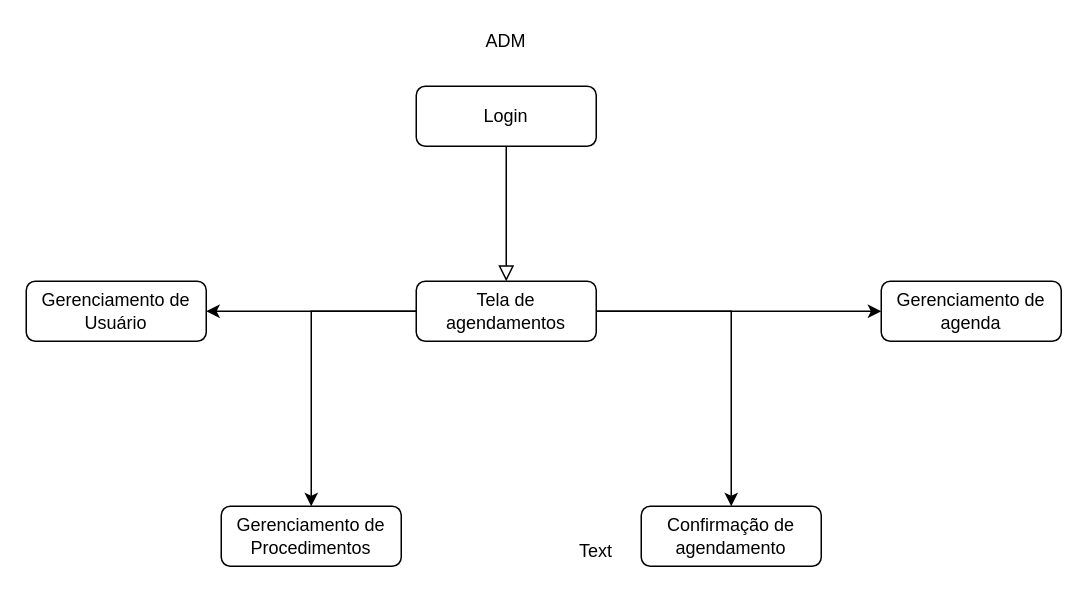
The draw.io diagram page "Page-1" (1 of 3) of Projeto_Agendamento.drawio in Gustavo-Rocha/CP.Api.Usuario, before the edit. Source tidied: cells renumbered, new cells numbered last; positions are measured from the earlier drawing's top-left corner, leaving out a move shared by most shapes. Both pictures are drawn from the tidied source at 150%, with x=0, y=0 at pixel (26, 26).
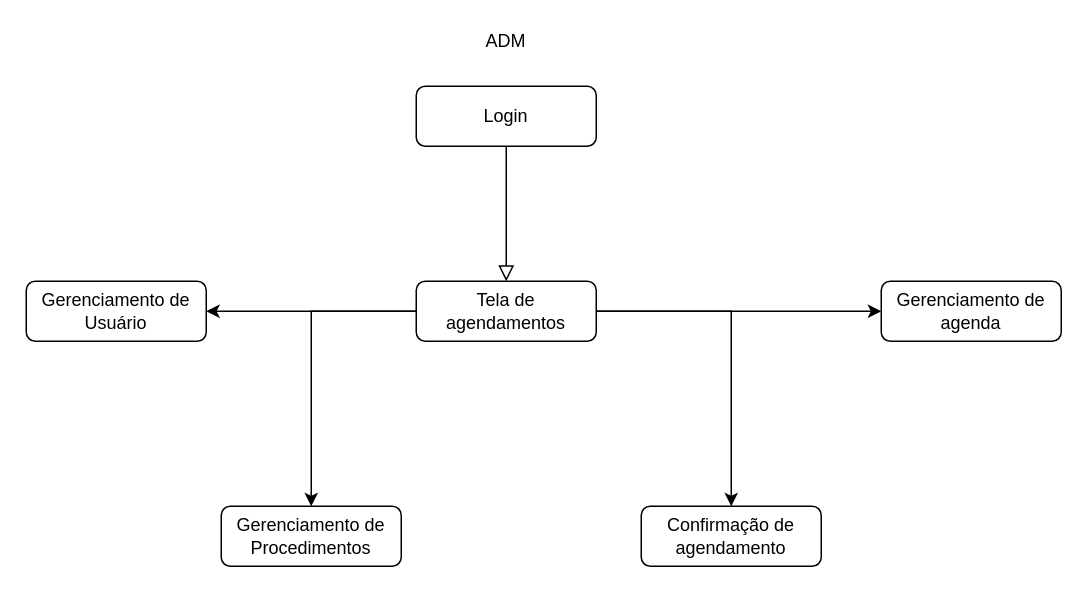
The same diagram, later.

Change to the diagram source:
```diff
@@
 <mxGraphModel>
   <root>
     <mxCell id="0" />
     <mxCell id="1" parent="0" />
     <mxCell id="2" style="rounded=0;html=1;jettySize=auto;fontSize=11;endArrow=block;endFill=0;endSize=8;strokeWidth=1;shadow=0;labelBackgroundColor=none;edgeStyle=orthogonalEdgeStyle;entryX=0.5;entryY=0;entryDx=0;entryDy=0;" parent="1" edge="1" source="3" target="8">
       <mxGeometry relative="1" as="geometry" />
     </mxCell>
     <mxCell id="3" value="Login" style="rounded=1;whiteSpace=wrap;html=1;fontSize=12;glass=0;strokeWidth=1;shadow=0;" parent="1" vertex="1">
       <mxGeometry x="260" y="40" width="120" height="40" as="geometry" />
     </mxCell>
     <mxCell id="4" style="edgeStyle=orthogonalEdgeStyle;rounded=0;jettySize=auto;html=1;entryX=1;entryY=0.5;entryDx=0;entryDy=0;" parent="1" edge="1" source="8" target="14">
       <mxGeometry relative="1" as="geometry" />
     </mxCell>
     <mxCell id="5" style="edgeStyle=orthogonalEdgeStyle;rounded=0;jettySize=auto;html=1;entryX=0;entryY=0.5;entryDx=0;entryDy=0;" parent="1" edge="1" source="8" target="9">
       <mxGeometry relative="1" as="geometry" />
     </mxCell>
     <mxCell id="6" style="edgeStyle=orthogonalEdgeStyle;rounded=0;jettySize=auto;html=1;entryX=0.5;entryY=0;entryDx=0;entryDy=0;" parent="1" edge="1" source="8" target="13">
       <mxGeometry relative="1" as="geometry">
         <Array as="points">
           <mxPoint x="470" y="190" />
         </Array>
       </mxGeometry>
     </mxCell>
     <mxCell id="7" style="edgeStyle=orthogonalEdgeStyle;rounded=0;jettySize=auto;html=1;exitX=0;exitY=0.5;exitDx=0;exitDy=0;" parent="1" edge="1" source="8" target="12">
       <mxGeometry relative="1" as="geometry" />
     </mxCell>
     <mxCell id="8" value="Tela de agendamentos" style="rounded=1;whiteSpace=wrap;html=1;fontSize=12;glass=0;strokeWidth=1;shadow=0;" parent="1" vertex="1">
       <mxGeometry x="260" y="170" width="120" height="40" as="geometry" />
     </mxCell>
     <mxCell id="9" value="Gerenciamento de agenda" style="rounded=1;whiteSpace=wrap;html=1;fontSize=12;glass=0;strokeWidth=1;shadow=0;" parent="1" vertex="1">
       <mxGeometry x="570" y="170" width="120" height="40" as="geometry" />
     </mxCell>
-    <mxCell id="10" value="Text" style="text;html=1;strokeColor=none;fillColor=none;align=center;verticalAlign=middle;whiteSpace=wrap;rounded=0;" parent="1" vertex="1">
-      <mxGeometry x="360" y="340" width="40" height="20" as="geometry" />
-    </mxCell>
     <mxCell id="11" value="ADM" style="text;html=1;strokeColor=none;fillColor=none;align=center;verticalAlign=middle;whiteSpace=wrap;rounded=0;" parent="1" vertex="1">
       <mxGeometry x="300" width="40" height="20" as="geometry" />
     </mxCell>
     <mxCell id="12" value="Gerenciamento de Procedimentos" style="rounded=1;whiteSpace=wrap;html=1;fontSize=12;glass=0;strokeWidth=1;shadow=0;" parent="1" vertex="1">
       <mxGeometry x="130" y="320" width="120" height="40" as="geometry" />
     </mxCell>
     <mxCell id="13" value="Confirmação de agendamento" style="rounded=1;whiteSpace=wrap;html=1;fontSize=12;glass=0;strokeWidth=1;shadow=0;" parent="1" vertex="1">
       <mxGeometry x="410" y="320" width="120" height="40" as="geometry" />
     </mxCell>
     <mxCell id="14" value="Gerenciamento de Usuário" style="rounded=1;whiteSpace=wrap;html=1;fontSize=12;glass=0;strokeWidth=1;shadow=0;" parent="1" vertex="1">
       <mxGeometry y="170" width="120" height="40" as="geometry" />
     </mxCell>
   </root>
 </mxGraphModel>
```
